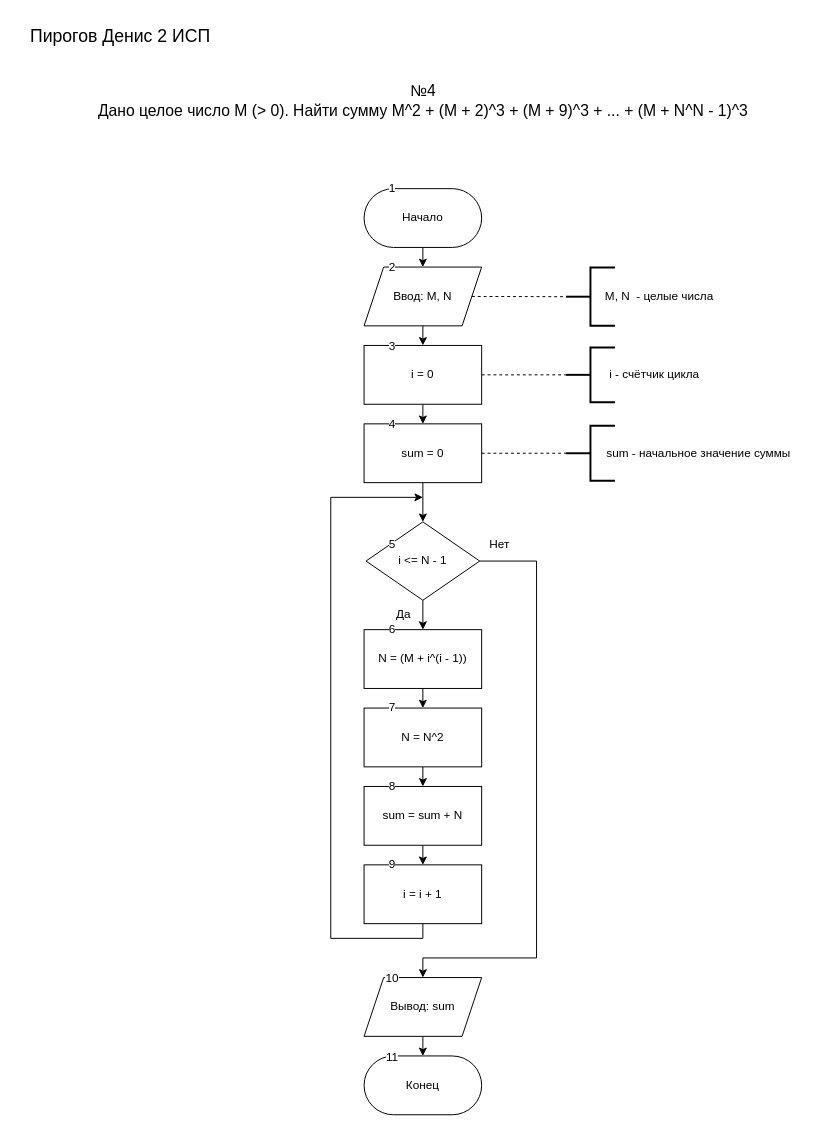
Above: page "вариант 2 задание 4 (+)" (2 of 7) of pr2 and pr3/pr2.drawio in DeFis33/pr (draw.io), before the change. Source tidied: cells renumbered, new cells numbered last; positions are measured from the earlier drawing's top-left corner, leaving out a move shared by most shapes. Both pictures are drawn from the tidied source at 98%, with x=0, y=0 at pixel (17, 17).
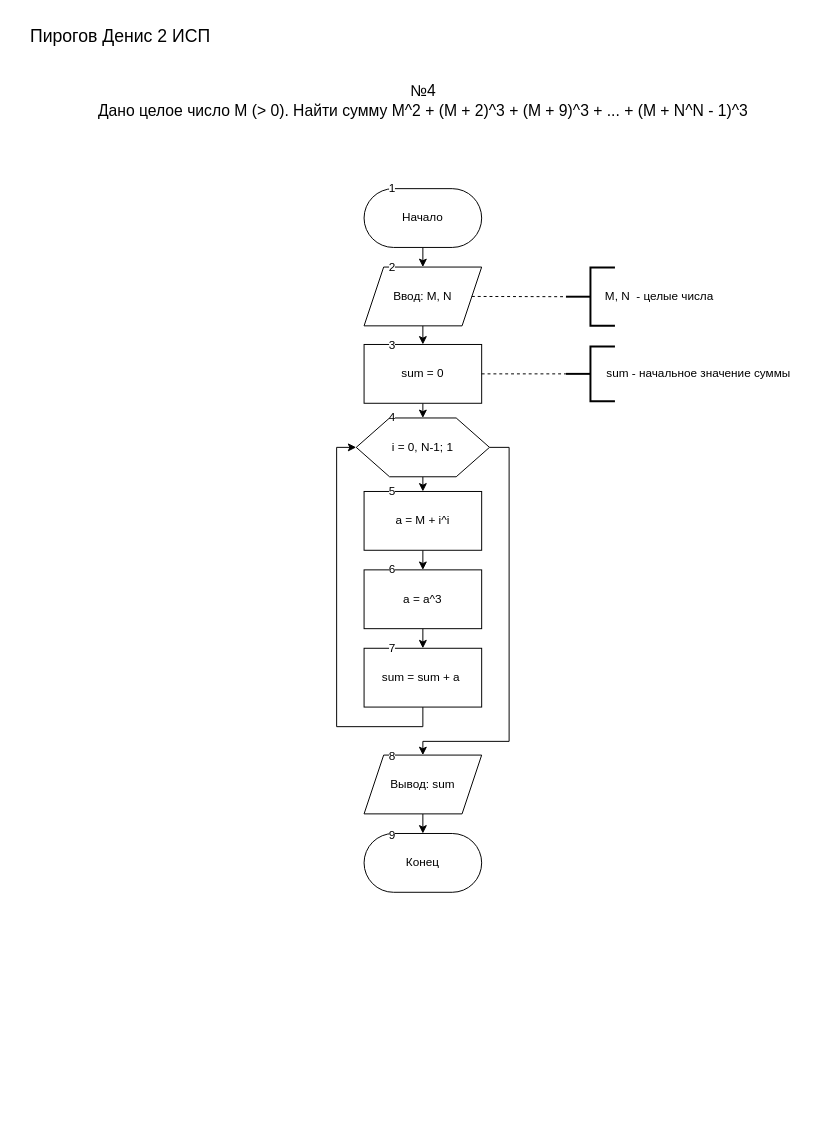
Above is the later version.

The change refers to these unchanged cells:
```xml
<mxCell id="6" value="Ввод: M, N" style="shape=parallelogram;perimeter=parallelogramPerimeter;whiteSpace=wrap;html=1;fixedSize=1;" parent="1" vertex="1">
  <mxGeometry x="354" y="255" width="120" height="60" as="geometry" />
</mxCell>
```

Diff of the diagram source:
```diff
@@
     <mxCell id="4" value="Конец" style="rounded=1;whiteSpace=wrap;html=1;arcSize=50;" parent="1" vertex="1">
-      <mxGeometry x="354" y="1060" width="120" height="60" as="geometry" />
+      <mxGeometry x="354" y="833" width="120" height="60" as="geometry" />
     </mxCell>
-    <mxCell id="5" style="edgeStyle=orthogonalEdgeStyle;rounded=0;jettySize=auto;html=1;exitX=0.5;exitY=1;exitDx=0;exitDy=0;entryX=0.5;entryY=0;entryDx=0;entryDy=0;" parent="1" edge="1" source="6" target="10">
-      <mxGeometry relative="1" as="geometry" />
-    </mxCell>
+    <mxCell id="48" style="edgeStyle=orthogonalEdgeStyle;rounded=0;jettySize=auto;html=1;exitX=0.5;exitY=1;exitDx=0;exitDy=0;entryX=0.5;entryY=0;entryDx=0;entryDy=0;" parent="1" edge="1" source="6" target="12">
+      <mxGeometry relative="1" as="geometry" />
+    </mxCell>
@@
     <mxCell id="8" value="Вывод: sum" style="shape=parallelogram;perimeter=parallelogramPerimeter;whiteSpace=wrap;html=1;fixedSize=1;" parent="1" vertex="1">
-      <mxGeometry x="354" y="980" width="120" height="60" as="geometry" />
+      <mxGeometry x="354" y="753" width="120" height="60" as="geometry" />
     </mxCell>
-    <mxCell id="9" style="edgeStyle=orthogonalEdgeStyle;rounded=0;jettySize=auto;html=1;exitX=0.5;exitY=1;exitDx=0;exitDy=0;entryX=0.5;entryY=0;entryDx=0;entryDy=0;" parent="1" edge="1" source="10" target="12">
-      <mxGeometry relative="1" as="geometry" />
-    </mxCell>
-    <mxCell id="10" value="i = 0" style="rounded=0;whiteSpace=wrap;html=1;" parent="1" vertex="1">
-      <mxGeometry x="354" y="335" width="120" height="60" as="geometry" />
-    </mxCell>
-    <mxCell id="11" style="edgeStyle=orthogonalEdgeStyle;rounded=0;jettySize=auto;html=1;exitX=0.5;exitY=1;exitDx=0;exitDy=0;entryX=0.5;entryY=0;entryDx=0;entryDy=0;" parent="1" edge="1" source="12" target="15">
-      <mxGeometry relative="1" as="geometry" />
-    </mxCell>
+    <mxCell id="49" style="edgeStyle=orthogonalEdgeStyle;rounded=0;jettySize=auto;html=1;exitX=0.5;exitY=1;exitDx=0;exitDy=0;entryX=0.5;entryY=0;entryDx=0;entryDy=0;" parent="1" edge="1" source="12" target="53">
+      <mxGeometry relative="1" as="geometry" />
+    </mxCell>
     <mxCell id="12" value="sum = 0" style="rounded=0;whiteSpace=wrap;html=1;" parent="1" vertex="1">
-      <mxGeometry x="354" y="415" width="120" height="60" as="geometry" />
+      <mxGeometry x="354" y="334" width="120" height="60" as="geometry" />
     </mxCell>
-    <mxCell id="13" style="edgeStyle=orthogonalEdgeStyle;rounded=0;jettySize=auto;html=1;exitX=0.5;exitY=1;exitDx=0;exitDy=0;entryX=0.5;entryY=0;entryDx=0;entryDy=0;" parent="1" edge="1" source="15" target="25">
-      <mxGeometry relative="1" as="geometry" />
-    </mxCell>
-    <mxCell id="14" style="edgeStyle=orthogonalEdgeStyle;rounded=0;jettySize=auto;html=1;exitX=1;exitY=0.5;exitDx=0;exitDy=0;entryX=0.5;entryY=0;entryDx=0;entryDy=0;" parent="1" edge="1" source="15" target="8">
-      <mxGeometry relative="1" as="geometry">
-        <Array as="points">
-          <mxPoint x="530" y="555" />
-          <mxPoint x="530" y="960" />
-          <mxPoint x="414" y="960" />
-        </Array>
-      </mxGeometry>
-    </mxCell>
-    <mxCell id="15" value="i &amp;lt;= N - 1" style="rhombus;whiteSpace=wrap;html=1;" parent="1" vertex="1">
-      <mxGeometry x="356" y="515" width="116" height="80" as="geometry" />
-    </mxCell>
@@
-    <mxCell id="18" value="3" style="text;html=1;strokeColor=none;fillColor=none;align=center;verticalAlign=middle;whiteSpace=wrap;rounded=0;labelBackgroundColor=default;" parent="1" vertex="1">
-      <mxGeometry x="368" y="321" width="30" height="30" as="geometry" />
-    </mxCell>
-    <mxCell id="19" value="4" style="text;html=1;strokeColor=none;fillColor=none;align=center;verticalAlign=middle;whiteSpace=wrap;rounded=0;labelBackgroundColor=default;" parent="1" vertex="1">
-      <mxGeometry x="368" y="401" width="30" height="30" as="geometry" />
+    <mxCell id="19" value="3" style="text;html=1;strokeColor=none;fillColor=none;align=center;verticalAlign=middle;whiteSpace=wrap;rounded=0;labelBackgroundColor=default;" parent="1" vertex="1">
+      <mxGeometry x="368" y="320" width="30" height="30" as="geometry" />
     </mxCell>
-    <mxCell id="20" value="5" style="text;html=1;strokeColor=none;fillColor=none;align=center;verticalAlign=middle;whiteSpace=wrap;rounded=0;labelBackgroundColor=default;" parent="1" vertex="1">
-      <mxGeometry x="368" y="523" width="30" height="30" as="geometry" />
-    </mxCell>
@@
-    <mxCell id="25" value="N = (M + i^(i - 1))" style="rounded=0;whiteSpace=wrap;html=1;" parent="1" vertex="1">
-      <mxGeometry x="354" y="625" width="120" height="60" as="geometry" />
+    <mxCell id="25" value="a = M + i^i" style="rounded=0;whiteSpace=wrap;html=1;" parent="1" vertex="1">
+      <mxGeometry x="354" y="484" width="120" height="60" as="geometry" />
     </mxCell>
@@
-    <mxCell id="27" value="N = N^2" style="rounded=0;whiteSpace=wrap;html=1;" parent="1" vertex="1">
-      <mxGeometry x="354" y="705" width="120" height="60" as="geometry" />
+    <mxCell id="27" value="a = a^3" style="rounded=0;whiteSpace=wrap;html=1;" parent="1" vertex="1">
+      <mxGeometry x="354" y="564" width="120" height="60" as="geometry" />
     </mxCell>
-    <mxCell id="28" style="edgeStyle=orthogonalEdgeStyle;rounded=0;jettySize=auto;html=1;exitX=0.5;exitY=1;exitDx=0;exitDy=0;entryX=0.5;entryY=0;entryDx=0;entryDy=0;" parent="1" edge="1" source="29" target="31">
-      <mxGeometry relative="1" as="geometry" />
-    </mxCell>
+    <mxCell id="50" style="edgeStyle=orthogonalEdgeStyle;rounded=0;jettySize=auto;html=1;exitX=0.5;exitY=1;exitDx=0;exitDy=0;entryX=0;entryY=0.5;entryDx=0;entryDy=0;" parent="1" edge="1" source="29" target="53">
+      <mxGeometry relative="1" as="geometry" />
+    </mxCell>
-    <mxCell id="29" value="sum = sum + N" style="rounded=0;whiteSpace=wrap;html=1;" parent="1" vertex="1">
-      <mxGeometry x="354" y="785" width="120" height="60" as="geometry" />
+    <mxCell id="29" value="sum = sum + a&amp;nbsp;" style="rounded=0;whiteSpace=wrap;html=1;" parent="1" vertex="1">
+      <mxGeometry x="354" y="644" width="120" height="60" as="geometry" />
     </mxCell>
-    <mxCell id="30" style="edgeStyle=orthogonalEdgeStyle;rounded=0;jettySize=auto;html=1;exitX=0.5;exitY=1;exitDx=0;exitDy=0;" parent="1" edge="1" source="31">
-      <mxGeometry relative="1" as="geometry">
-        <mxPoint x="414" y="490" as="targetPoint" />
-        <Array as="points">
-          <mxPoint x="414" y="940" />
-          <mxPoint x="320" y="940" />
-          <mxPoint x="320" y="490" />
-        </Array>
-      </mxGeometry>
-    </mxCell>
-    <mxCell id="31" value="i = i + 1" style="rounded=0;whiteSpace=wrap;html=1;" parent="1" vertex="1">
-      <mxGeometry x="354" y="865" width="120" height="60" as="geometry" />
-    </mxCell>
-    <mxCell id="32" value="Да" style="text;html=1;align=center;verticalAlign=middle;strokeColor=none;fillColor=none;" parent="1" vertex="1">
-      <mxGeometry x="374" y="595" width="40" height="30" as="geometry" />
-    </mxCell>
-    <mxCell id="33" value="Нет" style="text;html=1;align=center;verticalAlign=middle;strokeColor=none;fillColor=none;" parent="1" vertex="1">
-      <mxGeometry x="472" y="523" width="40" height="30" as="geometry" />
-    </mxCell>
-    <mxCell id="34" value="6" style="text;html=1;strokeColor=none;fillColor=none;align=center;verticalAlign=middle;whiteSpace=wrap;rounded=0;labelBackgroundColor=default;" parent="1" vertex="1">
-      <mxGeometry x="368" y="610" width="30" height="30" as="geometry" />
+    <mxCell id="34" value="5" style="text;html=1;strokeColor=none;fillColor=none;align=center;verticalAlign=middle;whiteSpace=wrap;rounded=0;labelBackgroundColor=default;" parent="1" vertex="1">
+      <mxGeometry x="368" y="469" width="30" height="30" as="geometry" />
     </mxCell>
-    <mxCell id="35" value="7" style="text;html=1;strokeColor=none;fillColor=none;align=center;verticalAlign=middle;whiteSpace=wrap;rounded=0;labelBackgroundColor=default;" parent="1" vertex="1">
-      <mxGeometry x="368" y="690" width="30" height="30" as="geometry" />
+    <mxCell id="35" value="6" style="text;html=1;strokeColor=none;fillColor=none;align=center;verticalAlign=middle;whiteSpace=wrap;rounded=0;labelBackgroundColor=default;" parent="1" vertex="1">
+      <mxGeometry x="368" y="549" width="30" height="30" as="geometry" />
     </mxCell>
-    <mxCell id="36" value="8" style="text;html=1;strokeColor=none;fillColor=none;align=center;verticalAlign=middle;whiteSpace=wrap;rounded=0;labelBackgroundColor=default;" parent="1" vertex="1">
-      <mxGeometry x="368" y="770" width="30" height="30" as="geometry" />
+    <mxCell id="36" value="7" style="text;html=1;strokeColor=none;fillColor=none;align=center;verticalAlign=middle;whiteSpace=wrap;rounded=0;labelBackgroundColor=default;" parent="1" vertex="1">
+      <mxGeometry x="368" y="629" width="30" height="30" as="geometry" />
     </mxCell>
-    <mxCell id="37" value="9" style="text;html=1;strokeColor=none;fillColor=none;align=center;verticalAlign=middle;whiteSpace=wrap;rounded=0;labelBackgroundColor=default;" parent="1" vertex="1">
-      <mxGeometry x="368" y="850" width="30" height="30" as="geometry" />
-    </mxCell>
-    <mxCell id="38" value="10" style="text;html=1;strokeColor=none;fillColor=none;align=center;verticalAlign=middle;whiteSpace=wrap;rounded=0;labelBackgroundColor=default;" parent="1" vertex="1">
-      <mxGeometry x="368" y="966" width="30" height="30" as="geometry" />
+    <mxCell id="38" value="8" style="text;html=1;strokeColor=none;fillColor=none;align=center;verticalAlign=middle;whiteSpace=wrap;rounded=0;labelBackgroundColor=default;" parent="1" vertex="1">
+      <mxGeometry x="368" y="739" width="30" height="30" as="geometry" />
     </mxCell>
-    <mxCell id="39" value="11" style="text;html=1;strokeColor=none;fillColor=none;align=center;verticalAlign=middle;whiteSpace=wrap;rounded=0;labelBackgroundColor=default;" parent="1" vertex="1">
-      <mxGeometry x="368" y="1047" width="30" height="30" as="geometry" />
+    <mxCell id="39" value="9" style="text;html=1;strokeColor=none;fillColor=none;align=center;verticalAlign=middle;whiteSpace=wrap;rounded=0;labelBackgroundColor=default;" parent="1" vertex="1">
+      <mxGeometry x="368" y="820" width="30" height="30" as="geometry" />
     </mxCell>
-    <mxCell id="40" style="strokeWidth=2;html=1;shape=mxgraph.flowchart.annotation_2;align=left;labelPosition=right;" parent="1" vertex="1">
-      <mxGeometry x="560" y="337" width="50" height="56" as="geometry" />
-    </mxCell>
-    <mxCell id="41" style="endArrow=none;dashed=1;html=1;rounded=0;entryX=0;entryY=0.5;entryDx=0;entryDy=0;entryPerimeter=0;exitX=1;exitY=0.5;exitDx=0;exitDy=0;" parent="1" edge="1" source="10" target="40">
-      <mxGeometry relative="1" as="geometry" />
-    </mxCell>
-    <mxCell id="42" value="i - счётчик цикла" style="text;html=1;align=center;verticalAlign=middle;strokeColor=none;fillColor=none;" parent="1" vertex="1">
-      <mxGeometry x="590" y="350" width="120" height="30" as="geometry" />
-    </mxCell>
     <mxCell id="43" style="strokeWidth=2;html=1;shape=mxgraph.flowchart.annotation_2;align=left;labelPosition=right;" parent="1" vertex="1">
-      <mxGeometry x="560" y="417" width="50" height="56" as="geometry" />
+      <mxGeometry x="560" y="336" width="50" height="56" as="geometry" />
     </mxCell>
@@
     <mxCell id="45" value="sum - начальное значение суммы" style="text;html=1;align=center;verticalAlign=middle;strokeColor=none;fillColor=none;" parent="1" vertex="1">
-      <mxGeometry x="590" y="430" width="210" height="30" as="geometry" />
+      <mxGeometry x="590" y="349" width="210" height="30" as="geometry" />
     </mxCell>
@@
-    <mxCell id="47" value="&lt;font style=&quot;font-size: 16px;&quot;&gt;№4&lt;/font&gt;&lt;div style=&quot;font-size: 16px;&quot;&gt;&lt;div style=&quot;&quot;&gt;&lt;font style=&quot;font-size: 16px;&quot;&gt;Дано целое число M (&amp;gt; 0). Найти сумму M^&lt;/font&gt;&lt;span style=&quot;background-color: initial;&quot;&gt;2&amp;nbsp;&lt;/span&gt;&lt;span style=&quot;background-color: initial;&quot;&gt;+ (M + 2)^3&amp;nbsp;&lt;/span&gt;&lt;span style=&quot;background-color: initial;&quot;&gt;+ (M + 9)^3&amp;nbsp;&lt;/span&gt;&lt;span style=&quot;background-color: initial;&quot;&gt;+ ... + (M + N^&lt;/span&gt;&lt;span style=&quot;background-color: initial;&quot;&gt;N - 1&lt;/span&gt;&lt;span style=&quot;background-color: initial;&quot;&gt;)&lt;/span&gt;&lt;span style=&quot;background-color: initial;&quot;&gt;^3&lt;/span&gt;&lt;/div&gt;&lt;/div&gt;" style="text;html=1;align=center;verticalAlign=middle;" parent="1" vertex="1">
+    <mxCell id="47" value="&lt;font style=&quot;font-size: 16px;&quot;&gt;№4&lt;/font&gt;&lt;div style=&quot;font-size: 16px;&quot;&gt;&lt;div style=&quot;&quot;&gt;&lt;font style=&quot;font-size: 16px;&quot;&gt;&lt;font style=&quot;font-size: 16px;&quot;&gt;Дано целое число M (&amp;gt; 0). Найти сумму M^&lt;/font&gt;&lt;span style=&quot;background-color: initial;&quot;&gt;2&amp;nbsp;&lt;/span&gt;&lt;span style=&quot;background-color: initial;&quot;&gt;+ (M + 2)^3&amp;nbsp;&lt;/span&gt;&lt;span style=&quot;background-color: initial;&quot;&gt;+ (M + 9)^3&amp;nbsp;&lt;/span&gt;&lt;span style=&quot;background-color: initial;&quot;&gt;+ ... + (M + N^&lt;/span&gt;&lt;span style=&quot;background-color: initial;&quot;&gt;N - 1&lt;/span&gt;&lt;span style=&quot;background-color: initial;&quot;&gt;)&lt;/span&gt;&lt;span style=&quot;background-color: initial;&quot;&gt;^3&lt;/span&gt;&lt;/font&gt;&lt;/div&gt;&lt;/div&gt;" style="text;html=1;align=center;verticalAlign=middle;" parent="1" vertex="1">
       <mxGeometry x="69" y="60" width="690" height="50" as="geometry" />
     </mxCell>
+    <mxCell id="51" style="edgeStyle=orthogonalEdgeStyle;rounded=0;jettySize=auto;html=1;exitX=0.5;exitY=1;exitDx=0;exitDy=0;entryX=0.5;entryY=0;entryDx=0;entryDy=0;" parent="1" edge="1" source="53" target="25">
+      <mxGeometry relative="1" as="geometry" />
+    </mxCell>
+    <mxCell id="52" style="edgeStyle=orthogonalEdgeStyle;rounded=0;jettySize=auto;html=1;exitX=1;exitY=0.5;exitDx=0;exitDy=0;" parent="1" edge="1" source="53" target="8">
+      <mxGeometry relative="1" as="geometry">
+        <Array as="points">
+          <mxPoint x="502" y="439" />
+          <mxPoint x="502" y="739" />
+          <mxPoint x="414" y="739" />
+        </Array>
+      </mxGeometry>
+    </mxCell>
+    <mxCell id="53" value="i = 0, N-1; 1" style="shape=hexagon;perimeter=hexagonPerimeter2;whiteSpace=wrap;html=1;fixedSize=1;size=34;" parent="1" vertex="1">
+      <mxGeometry x="346" y="409" width="136" height="60" as="geometry" />
+    </mxCell>
+    <mxCell id="54" value="4" style="text;html=1;strokeColor=none;fillColor=none;align=center;verticalAlign=middle;whiteSpace=wrap;rounded=0;labelBackgroundColor=default;" parent="1" vertex="1">
+      <mxGeometry x="368" y="394" width="30" height="30" as="geometry" />
+    </mxCell>
```
